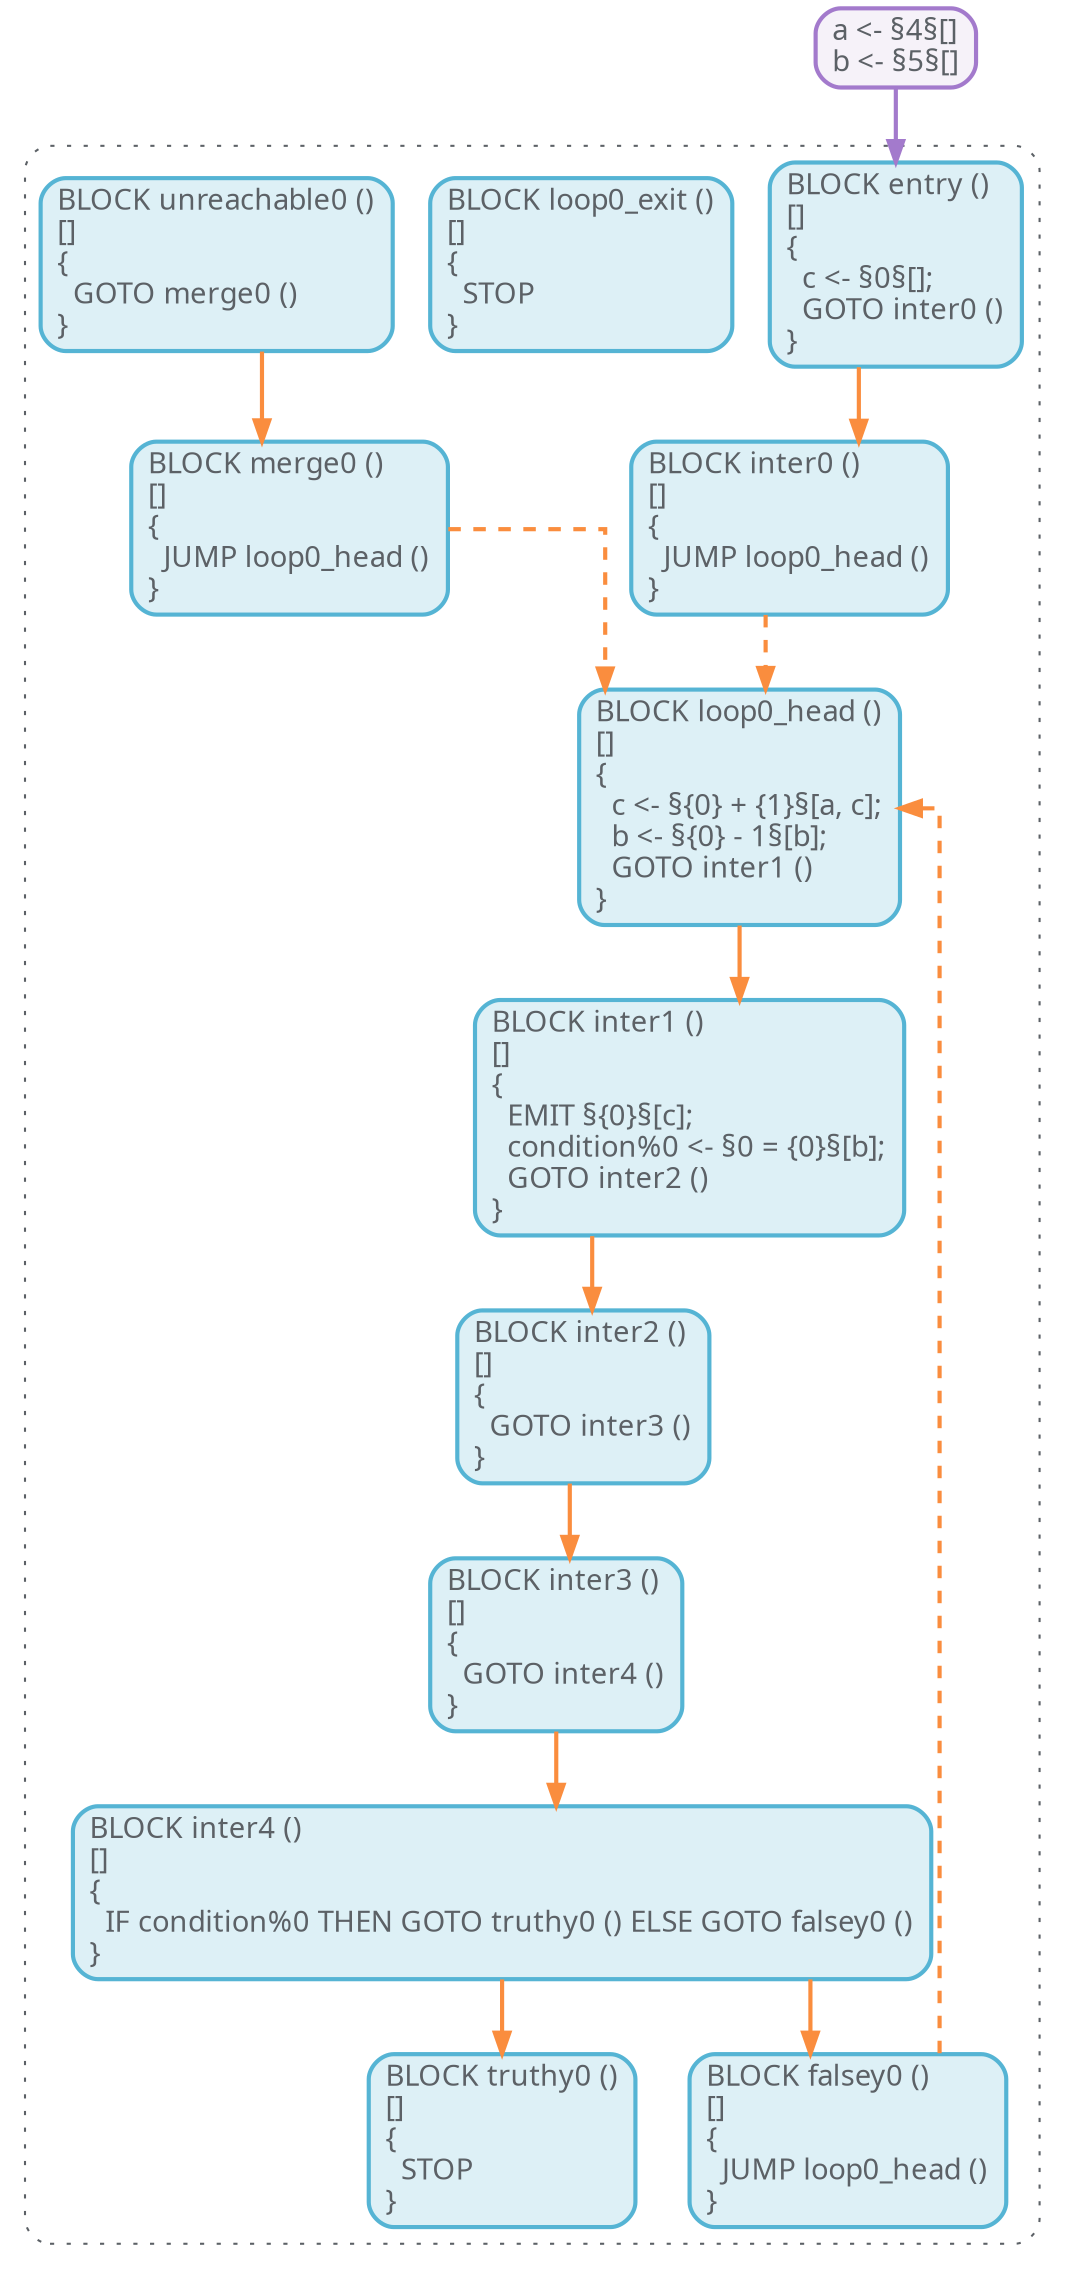
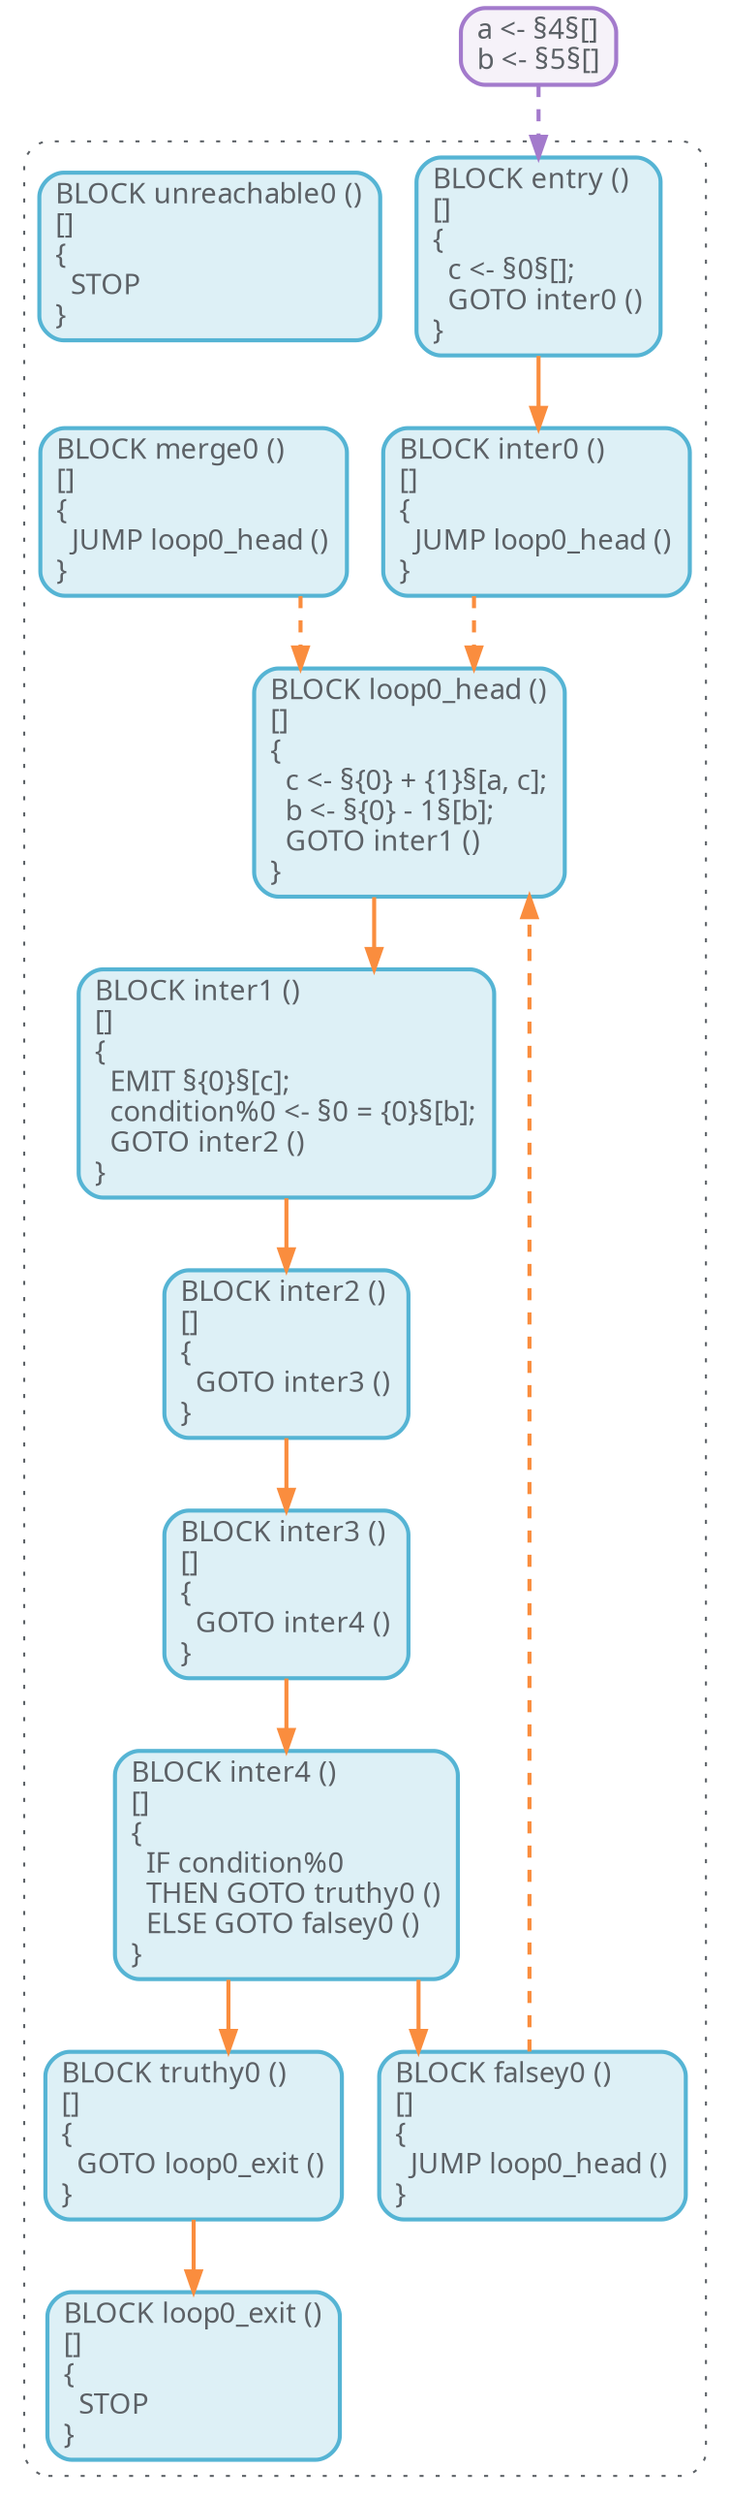
digraph "%pdg%" {
-   rankdir="TB";
  node [
    shape=rectangle,
    nojustify=true,
    penwidth=2,
    style="rounded,filled",
    fontcolor="#5C6166",
    fontname = "PragmataPro",
  ];
  graph [
    fontname = "PragmataPro",
    splines=ortho
  ];
  edge [
    fontname = "PragmataPro",
    penwidth=2,
    color="#FA8D3E"
  ];
  subgraph "%cfg%" {
-     rankdir="LR";
    cluster=true;
    style="rounded,dotted";
    color="#5C6166";
    node [
      fillcolor="#DDF0F6",
      color="#55B4D4"
    ];
    edge [
      color="#FA8D3E"
    ];
    "entry" [label="BLOCK entry ()\l[]\l{\l  c <- §0§[];\l  GOTO inter0 ()\l}\l"];
    "inter0" [label="BLOCK inter0 ()\l[]\l{\l  JUMP loop0_head ()\l}\l"];
    "loop0_head" [label="BLOCK loop0_head ()\l[]\l{\l  c <- §{0} + {1}§[a, c];\l  b <- §{0} - 1§[b];\l  GOTO inter1 ()\l}\l"];
    "loop0_exit" [label="BLOCK loop0_exit ()\l[]\l{\l  STOP\l}\l"];
    "inter1" [label="BLOCK inter1 ()\l[]\l{\l  EMIT §{0}§[c];\l  condition%0 <- §0 = {0}§[b];\l  GOTO inter2 ()\l}\l"];
    "inter2" [label="BLOCK inter2 ()\l[]\l{\l  GOTO inter3 ()\l}\l"];
    "inter3" [label="BLOCK inter3 ()\l[]\l{\l  GOTO inter4 ()\l}\l"];
-     "truthy0" [label="BLOCK truthy0 ()\l[]\l{\l  STOP\l}\l"];
+     "truthy0" [label="BLOCK truthy0 ()\l[]\l{\l  GOTO loop0_exit ()\l}\l"];
    "falsey0" [label="BLOCK falsey0 ()\l[]\l{\l  JUMP loop0_head ()\l}\l"];
    "merge0" [label="BLOCK merge0 ()\l[]\l{\l  JUMP loop0_head ()\l}\l"];
-     "inter4" [label="BLOCK inter4 ()\l[]\l{\l  IF condition%0 THEN GOTO truthy0 () ELSE GOTO falsey0 ()\l}\l"];
-     "unreachable0" [label="BLOCK unreachable0 ()\l[]\l{\l  GOTO merge0 ()\l}\l"];
+     "inter4" [label="BLOCK inter4 ()\l[]\l{\l  IF condition%0\l  THEN GOTO truthy0 ()\l  ELSE GOTO falsey0 ()\l}\l"];
+     "unreachable0" [label="BLOCK unreachable0 ()\l[]\l{\l  STOP\l}\l"];
    "entry" -> "inter0" [style="solid"];
    "inter0" -> "loop0_head" [style="dashed"];
    "loop0_head" -> "inter1" [style="solid"];
    "inter1" -> "inter2" [style="solid"];
    "inter2" -> "inter3" [style="solid"];
    "inter3" -> "inter4" [style="solid"];
+     "truthy0" -> "loop0_exit" [style="solid"];
    "falsey0" -> "loop0_head" [style="dashed"];
    "merge0" -> "loop0_head" [style="dashed"];
+     "inter4" -> "truthy0" [style="solid"];
    "inter4" -> "falsey0" [style="solid"];
-     "inter4" -> "truthy0" [style="solid"];
-     "unreachable0" -> "merge0" [style="solid"];
  }
  subgraph "%inputs%" {
    node [
      fillcolor="#F6F2F9",
      color="#A37ACC";
    ];
    edge [
-       color="#A37ACC"
+       color="#A37ACC",
+       style="dashed"
    ];
-     "%inputs%" [label="a <- §4§[]\lb <- §5§[]"];
+     "%inputs%" [label="a <- §4§[]\lb <- §5§[]\l"];
    "%inputs%" -> "entry";
  }
}
